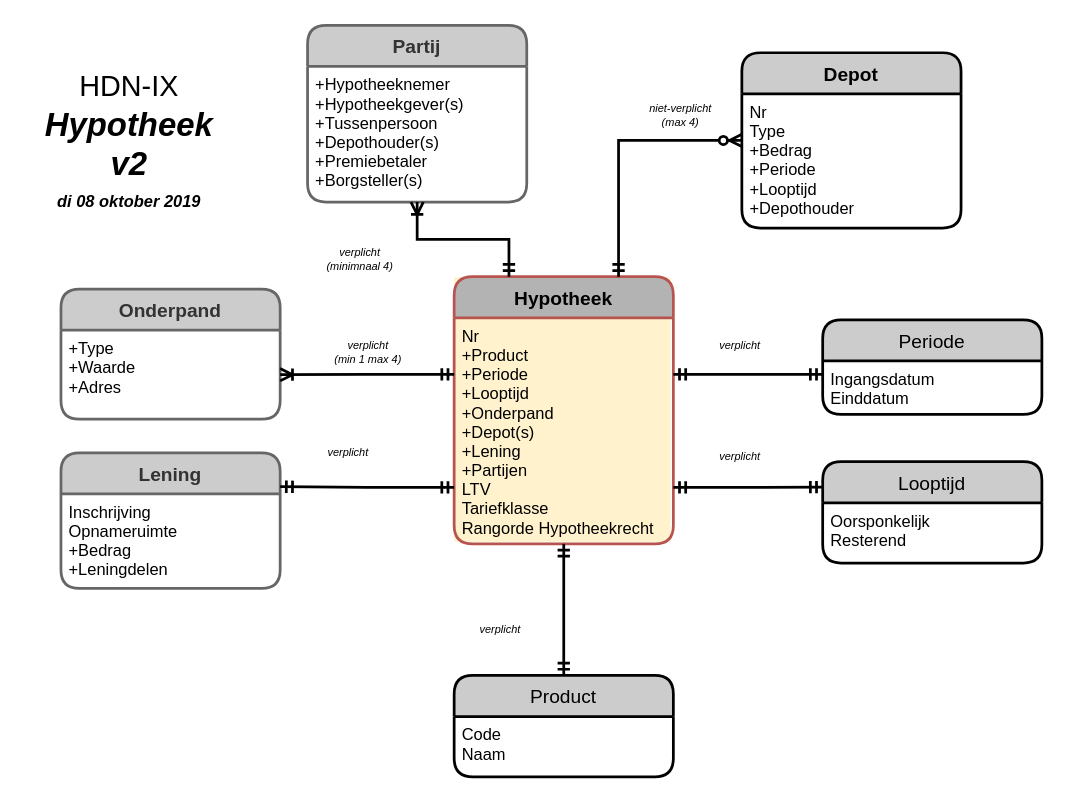
Earlier version of the draw.io diagram page "Hypotheek" (3 of 7) of 3rdParty-HDN.drawio (luchthandel/diagrams). Source tidied: cells renumbered, new cells numbered last; positions are measured from the earlier drawing's top-left corner, leaving out a move shared by most shapes. Both pictures are drawn from the tidied source at 137%, with x=0, y=0 at pixel (23, 25).
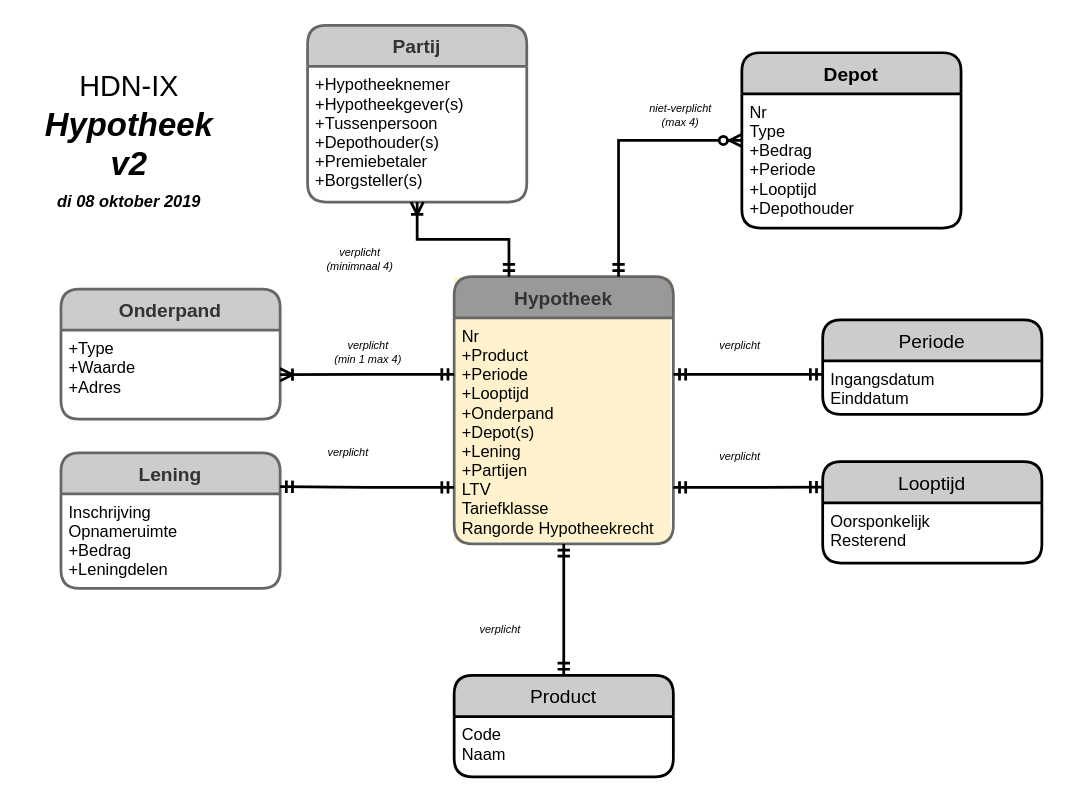
The same diagram, later.

Change to the diagram source:
```diff
@@
-    <mxCell id="3" value="Hypotheek" style="swimlane;horizontal=1;startSize=30;fillColor=#B3B3B3;rounded=1;fontSize=14;fontStyle=1;strokeWidth=2;shadow=0;dashed=0;align=center;strokeColor=#b85450;" parent="1" vertex="1">
+    <mxCell id="3" value="Hypotheek" style="swimlane;horizontal=1;startSize=30;fillColor=#999999;rounded=1;fontSize=14;fontStyle=1;strokeWidth=2;shadow=0;dashed=0;align=center;strokeColor=#666666;fontColor=#333333;" parent="1" vertex="1">
       <mxGeometry x="314" y="183.5" width="160" height="195" as="geometry" />
     </mxCell>
```
